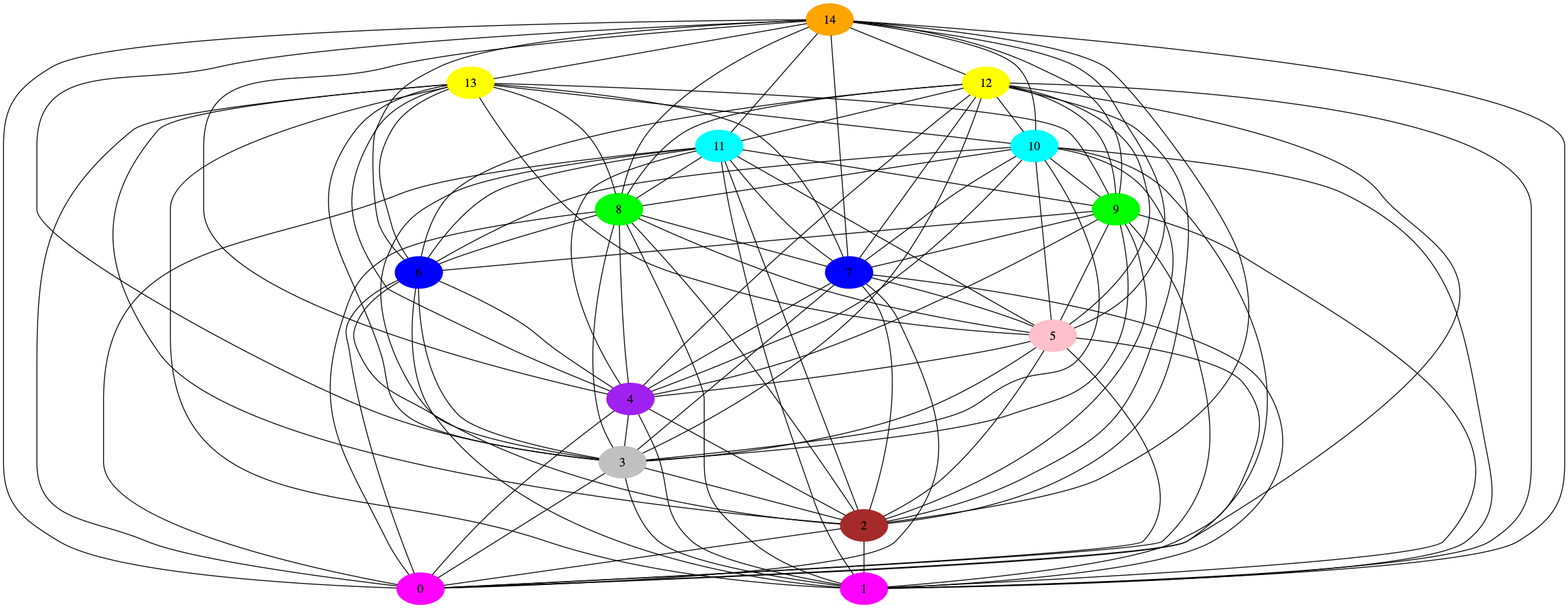
Earlier version of the Graphviz export test.dot.png (acorrenson/mfc). Its source is kept beside it as test.dot.
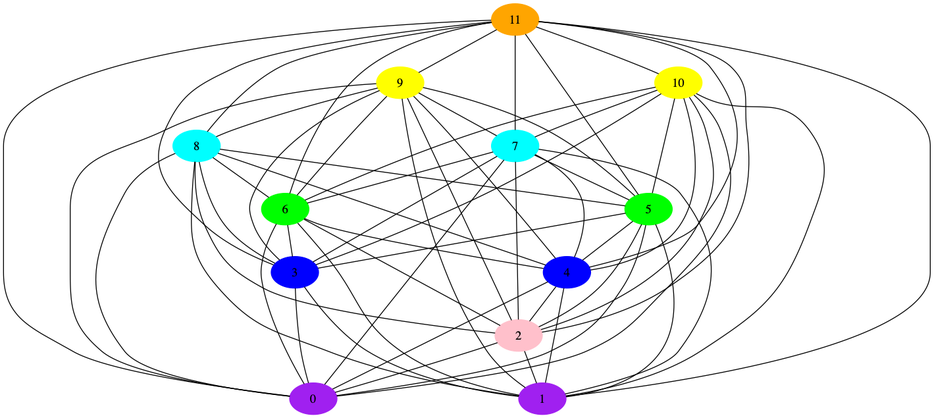
The same diagram one commit later.

Change to the diagram source:
```diff
@@ -1,28 +1,23 @@
 Graph {
-	0 [style="filled"; color="magenta"];
-	1 [style="filled"; color="magenta"];
-	2 [style="filled"; color="brown"];
-	3 [style="filled"; color="grey"];
-	4 [style="filled"; color="purple"];
-	5 [style="filled"; color="pink"];
-	6 [style="filled"; color="blue"];
-	7 [style="filled"; color="blue"];
-	8 [style="filled"; color="green"];
-	9 [style="filled"; color="green"];
-	10 [style="filled"; color="cyan"];
-	11 [style="filled"; color="cyan"];
-	12 [style="filled"; color="yellow"];
-	13 [style="filled"; color="yellow"];
-	14 [style="filled"; color="orange"];
+	0 [style="filled"; color="purple"];
+	1 [style="filled"; color="purple"];
+	2 [style="filled"; color="pink"];
+	3 [style="filled"; color="blue"];
+	4 [style="filled"; color="blue"];
+	5 [style="filled"; color="green"];
+	6 [style="filled"; color="green"];
+	7 [style="filled"; color="cyan"];
+	8 [style="filled"; color="cyan"];
+	9 [style="filled"; color="yellow"];
+	10 [style="filled"; color="yellow"];
+	11 [style="filled"; color="orange"];
 	2 -- 0;
 	2 -- 1;
 	3 -- 0;
 	3 -- 1;
-	3 -- 2;
 	4 -- 0;
 	4 -- 1;
 	4 -- 2;
-	4 -- 3;
 	5 -- 0;
 	5 -- 1;
 	5 -- 2;
@@ -39,6 +34,7 @@
 	7 -- 3;
 	7 -- 4;
 	7 -- 5;
+	7 -- 6;
 	8 -- 0;
 	8 -- 1;
 	8 -- 2;
@@ -46,7 +42,6 @@
 	8 -- 4;
 	8 -- 5;
 	8 -- 6;
-	8 -- 7;
 	9 -- 0;
 	9 -- 1;
 	9 -- 2;
@@ -55,6 +50,7 @@
 	9 -- 5;
 	9 -- 6;
 	9 -- 7;
+	9 -- 8;
 	10 -- 0;
 	10 -- 1;
 	10 -- 2;
@@ -63,8 +59,6 @@
 	10 -- 5;
 	10 -- 6;
 	10 -- 7;
-	10 -- 8;
-	10 -- 9;
 	11 -- 0;
 	11 -- 1;
 	11 -- 2;
@@ -75,41 +69,5 @@
 	11 -- 7;
 	11 -- 8;
 	11 -- 9;
-	12 -- 0;
-	12 -- 1;
-	12 -- 2;
-	12 -- 3;
-	12 -- 4;
-	12 -- 5;
-	12 -- 6;
-	12 -- 7;
-	12 -- 8;
-	12 -- 9;
-	12 -- 10;
-	12 -- 11;
-	13 -- 0;
-	13 -- 1;
-	13 -- 2;
-	13 -- 3;
-	13 -- 4;
-	13 -- 5;
-	13 -- 6;
-	13 -- 7;
-	13 -- 8;
-	13 -- 9;
-	13 -- 10;
-	14 -- 0;
-	14 -- 1;
-	14 -- 2;
-	14 -- 3;
-	14 -- 4;
-	14 -- 5;
-	14 -- 6;
-	14 -- 7;
-	14 -- 8;
-	14 -- 9;
-	14 -- 10;
-	14 -- 11;
-	14 -- 12;
-	14 -- 13;
+	11 -- 10;
 }
```
